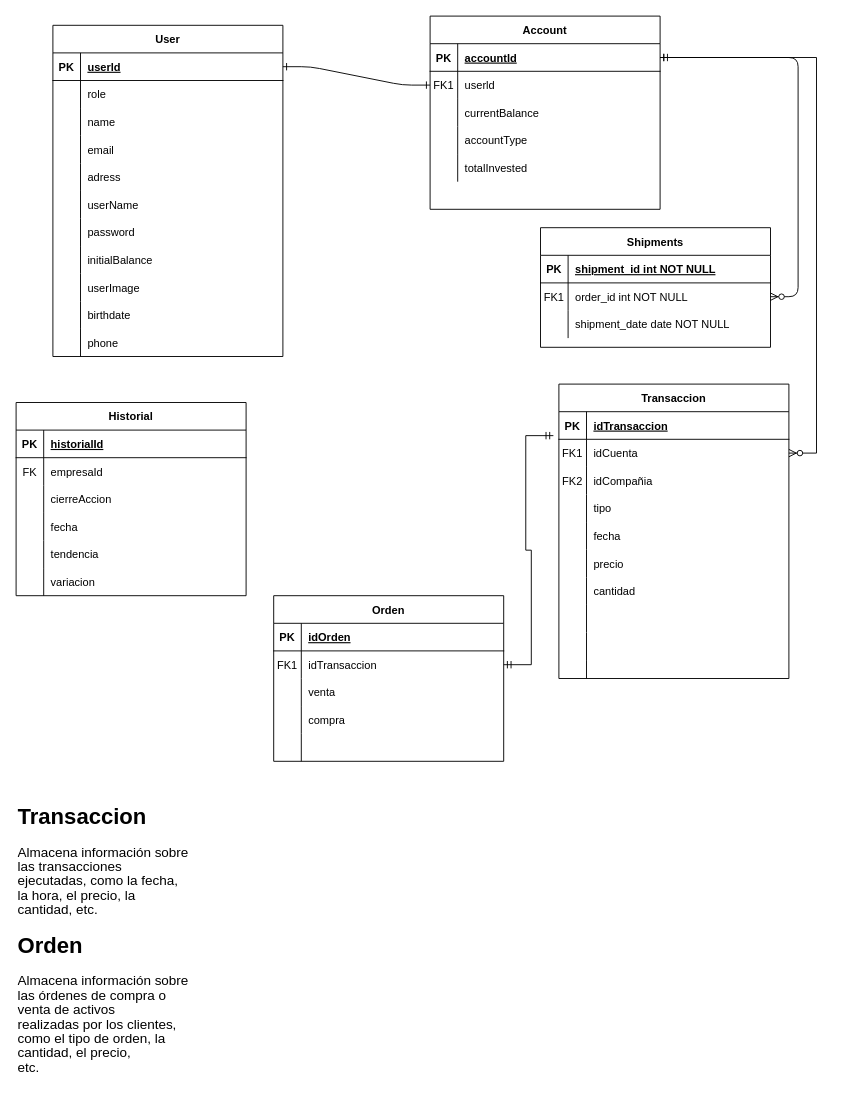
The draw.io diagram Documentación/Diagrama-Entidad-Relacion.drawio in INNOVAcodersISPC/ARGBroker, before the edit. Source tidied: cells renumbered, new cells numbered last; positions are measured from the earlier drawing's top-left corner, leaving out a move shared by most shapes. Both pictures are drawn from the tidied source at 92%, with x=0, y=0 at pixel (16, 16).
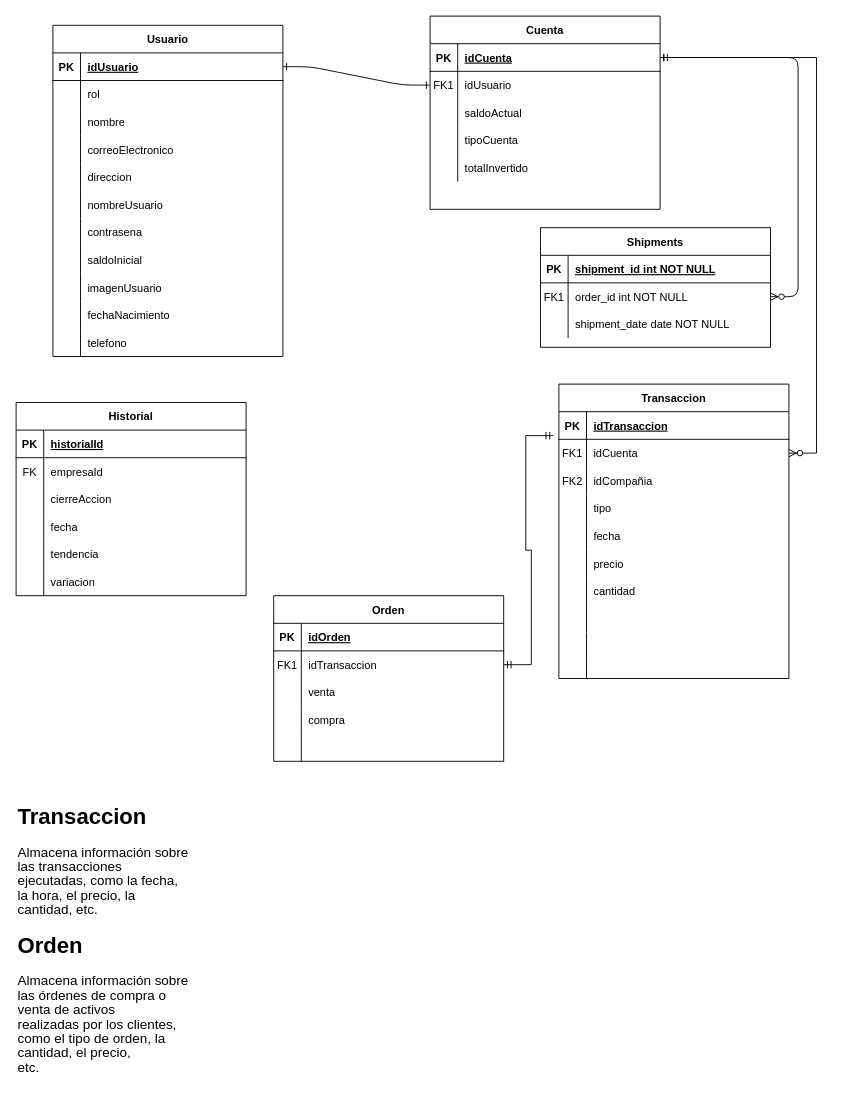
After the change.

The change refers to these unchanged cells:
```xml
<mxCell id="5" style="shape=partialRectangle;fillColor=none;points=[[0,0.5],[1,0.5]];portConstraint=eastwest;top=0;left=0;right=0;bottom=1;" parent="4" vertex="1">
  <mxGeometry y="30" width="250" height="30" as="geometry" />
</mxCell>
<mxCell id="8" style="shape=partialRectangle;fillColor=none;points=[[0,0.5],[1,0.5]];portConstraint=eastwest;top=0;left=0;right=0;bottom=0;" parent="4" vertex="1">
  <mxGeometry y="60" width="250" height="30" as="geometry" />
</mxCell>
<mxCell id="11" style="shape=partialRectangle;fillColor=none;top=0;left=0;right=0;bottom=0;" parent="4" vertex="1">
  <mxGeometry y="90" width="250" height="30" as="geometry" />
</mxCell>
<mxCell id="14" style="shape=partialRectangle;fillColor=none;top=0;left=0;right=0;bottom=0;" parent="4" vertex="1">
  <mxGeometry y="120" width="250" height="30" as="geometry" />
</mxCell>
<mxCell id="17" style="shape=partialRectangle;fillColor=none;top=0;left=0;right=0;bottom=0;" parent="4" vertex="1">
  <mxGeometry y="150" width="250" height="30" as="geometry" />
</mxCell>
<mxCell id="31" style="shape=partialRectangle;fillColor=none;points=[[0,0.5],[1,0.5]];portConstraint=eastwest;top=0;left=0;right=0;bottom=1;" parent="30" vertex="1">
  <mxGeometry y="30" width="250" height="30" as="geometry" />
</mxCell>
<mxCell id="34" style="shape=partialRectangle;fillColor=none;top=0;left=0;right=0;bottom=0;" parent="30" vertex="1">
  <mxGeometry y="60" width="250" height="30" as="geometry" />
</mxCell>
<mxCell id="37" style="shape=partialRectangle;fillColor=none;top=0;left=0;right=0;bottom=0;" parent="30" vertex="1">
  <mxGeometry y="90" width="250" height="30" as="geometry" />
</mxCell>
<mxCell id="40" style="shape=partialRectangle;fillColor=none;top=0;left=0;right=0;bottom=0;" parent="30" vertex="1">
  <mxGeometry y="120" width="250" height="30" as="geometry" />
</mxCell>
<mxCell id="43" style="shape=partialRectangle;fillColor=none;top=0;left=0;right=0;bottom=0;" parent="30" vertex="1">
  <mxGeometry y="150" width="250" height="30" as="geometry" />
</mxCell>
<mxCell id="46" style="shape=partialRectangle;fillColor=none;top=0;left=0;right=0;bottom=0;" parent="30" vertex="1">
  <mxGeometry y="180" width="250" height="30" as="geometry" />
</mxCell>
<mxCell id="49" style="shape=partialRectangle;fillColor=none;top=0;left=0;right=0;bottom=0;" parent="30" vertex="1">
  <mxGeometry y="210" width="250" height="30" as="geometry" />
</mxCell>
<mxCell id="52" style="shape=partialRectangle;fillColor=none;top=0;left=0;right=0;bottom=0;" parent="30" vertex="1">
  <mxGeometry y="240" width="250" height="30" as="geometry" />
</mxCell>
<mxCell id="55" style="shape=partialRectangle;fillColor=none;top=0;left=0;right=0;bottom=0;" parent="30" vertex="1">
  <mxGeometry y="270" width="250" height="30" as="geometry" />
</mxCell>
<mxCell id="58" style="shape=partialRectangle;fillColor=none;top=0;left=0;right=0;bottom=0;" parent="30" vertex="1">
  <mxGeometry y="300" width="250" height="30" as="geometry" />
</mxCell>
<mxCell id="61" style="shape=partialRectangle;fillColor=none;top=0;left=0;right=0;bottom=0;" parent="30" vertex="1">
  <mxGeometry y="330" width="250" height="30" as="geometry" />
</mxCell>
```

The edit, as a diff of the source:
```diff
@@
-    <mxCell id="4" value="Account" style="shape=table;startSize=30;childLayout=tableLayout;rowLines=0;fontStyle=1;align=center;" parent="1" vertex="1">
+    <mxCell id="4" value="Cuenta" style="shape=table;startSize=30;childLayout=tableLayout;rowLines=0;fontStyle=1;align=center;" parent="1" vertex="1">
       <mxGeometry x="450" width="250" height="210" as="geometry" />
     </mxCell>
@@
-    <mxCell id="7" value="accountld" style="shape=partialRectangle;overflow=hidden;fillColor=none;top=0;left=0;bottom=0;right=0;align=left;spacingLeft=6;fontStyle=5;" parent="5" vertex="1">
+    <mxCell id="7" value="idCuenta" style="shape=partialRectangle;overflow=hidden;fillColor=none;top=0;left=0;bottom=0;right=0;align=left;spacingLeft=6;fontStyle=5;" parent="5" vertex="1">
       <mxGeometry x="30" width="220" height="30" as="geometry" />
     </mxCell>
@@
-    <mxCell id="10" value="userld" style="shape=partialRectangle;overflow=hidden;fillColor=none;top=0;left=0;bottom=0;right=0;align=left;spacingLeft=6;" parent="8" vertex="1">
+    <mxCell id="10" value="idUsuario" style="shape=partialRectangle;overflow=hidden;fillColor=none;top=0;left=0;bottom=0;right=0;align=left;spacingLeft=6;" parent="8" vertex="1">
       <mxGeometry x="30" width="220" height="30" as="geometry" />
     </mxCell>
@@
-    <mxCell id="13" value="currentBalance" style="shape=partialRectangle;overflow=hidden;fillColor=none;top=0;left=0;bottom=0;right=0;align=left;spacingLeft=6;" parent="11" vertex="1">
+    <mxCell id="13" value="saldoActual" style="shape=partialRectangle;overflow=hidden;fillColor=none;top=0;left=0;bottom=0;right=0;align=left;spacingLeft=6;" parent="11" vertex="1">
       <mxGeometry x="30" width="220" height="30" as="geometry" />
     </mxCell>
@@
-    <mxCell id="16" value="accountType" style="shape=partialRectangle;overflow=hidden;fillColor=none;top=0;left=0;bottom=0;right=0;align=left;spacingLeft=6;" parent="14" vertex="1">
+    <mxCell id="16" value="tipoCuenta" style="shape=partialRectangle;overflow=hidden;fillColor=none;top=0;left=0;bottom=0;right=0;align=left;spacingLeft=6;" parent="14" vertex="1">
       <mxGeometry x="30" width="220" height="30" as="geometry" />
     </mxCell>
@@
-    <mxCell id="19" value="totalInvested" style="shape=partialRectangle;overflow=hidden;fillColor=none;top=0;left=0;bottom=0;right=0;align=left;spacingLeft=6;" parent="17" vertex="1">
+    <mxCell id="19" value="totalInvertido" style="shape=partialRectangle;overflow=hidden;fillColor=none;top=0;left=0;bottom=0;right=0;align=left;spacingLeft=6;" parent="17" vertex="1">
       <mxGeometry x="30" width="220" height="30" as="geometry" />
     </mxCell>
@@
-    <mxCell id="30" value="User" style="shape=table;startSize=30;childLayout=tableLayout;rowLines=0;fontStyle=1;align=center;" parent="1" vertex="1">
+    <mxCell id="30" value="Usuario" style="shape=table;startSize=30;childLayout=tableLayout;rowLines=0;fontStyle=1;align=center;" parent="1" vertex="1">
       <mxGeometry x="40" y="10" width="250" height="360" as="geometry" />
     </mxCell>
@@
-    <mxCell id="33" value="userld" style="shape=partialRectangle;overflow=hidden;fillColor=none;top=0;left=0;bottom=0;right=0;align=left;spacingLeft=6;fontStyle=5;" parent="31" vertex="1">
+    <mxCell id="33" value="idUsuario" style="shape=partialRectangle;overflow=hidden;fillColor=none;top=0;left=0;bottom=0;right=0;align=left;spacingLeft=6;fontStyle=5;" parent="31" vertex="1">
       <mxGeometry x="30" width="220" height="30" as="geometry" />
     </mxCell>
@@
-    <mxCell id="36" value="role" style="shape=partialRectangle;overflow=hidden;fillColor=none;top=0;left=0;bottom=0;right=0;align=left;spacingLeft=6;" parent="34" vertex="1">
+    <mxCell id="36" value="rol" style="shape=partialRectangle;overflow=hidden;fillColor=none;top=0;left=0;bottom=0;right=0;align=left;spacingLeft=6;" parent="34" vertex="1">
       <mxGeometry x="30" width="220" height="30" as="geometry" />
     </mxCell>
@@
-    <mxCell id="39" value="name" style="shape=partialRectangle;overflow=hidden;fillColor=none;top=0;left=0;bottom=0;right=0;align=left;spacingLeft=6;" parent="37" vertex="1">
+    <mxCell id="39" value="nombre" style="shape=partialRectangle;overflow=hidden;fillColor=none;top=0;left=0;bottom=0;right=0;align=left;spacingLeft=6;" parent="37" vertex="1">
       <mxGeometry x="30" width="220" height="30" as="geometry" />
     </mxCell>
@@
-    <mxCell id="42" value="email" style="shape=partialRectangle;overflow=hidden;fillColor=none;top=0;left=0;bottom=0;right=0;align=left;spacingLeft=6;" parent="40" vertex="1">
+    <mxCell id="42" value="correoElectronico" style="shape=partialRectangle;overflow=hidden;fillColor=none;top=0;left=0;bottom=0;right=0;align=left;spacingLeft=6;" parent="40" vertex="1">
       <mxGeometry x="30" width="220" height="30" as="geometry" />
     </mxCell>
@@
-    <mxCell id="45" value="adress" style="shape=partialRectangle;overflow=hidden;fillColor=none;top=0;left=0;bottom=0;right=0;align=left;spacingLeft=6;" parent="43" vertex="1">
+    <mxCell id="45" value="direccion" style="shape=partialRectangle;overflow=hidden;fillColor=none;top=0;left=0;bottom=0;right=0;align=left;spacingLeft=6;" parent="43" vertex="1">
       <mxGeometry x="30" width="220" height="30" as="geometry" />
     </mxCell>
@@
-    <mxCell id="48" value="userName" style="shape=partialRectangle;overflow=hidden;fillColor=none;top=0;left=0;bottom=0;right=0;align=left;spacingLeft=6;" parent="46" vertex="1">
+    <mxCell id="48" value="nombreUsuario" style="shape=partialRectangle;overflow=hidden;fillColor=none;top=0;left=0;bottom=0;right=0;align=left;spacingLeft=6;" parent="46" vertex="1">
       <mxGeometry x="30" width="220" height="30" as="geometry" />
     </mxCell>
@@
-    <mxCell id="51" value="password" style="shape=partialRectangle;overflow=hidden;fillColor=none;top=0;left=0;bottom=0;right=0;align=left;spacingLeft=6;" parent="49" vertex="1">
+    <mxCell id="51" value="contrasena" style="shape=partialRectangle;overflow=hidden;fillColor=none;top=0;left=0;bottom=0;right=0;align=left;spacingLeft=6;" parent="49" vertex="1">
       <mxGeometry x="30" width="220" height="30" as="geometry" />
     </mxCell>
@@
-    <mxCell id="54" value="initialBalance" style="shape=partialRectangle;overflow=hidden;fillColor=none;top=0;left=0;bottom=0;right=0;align=left;spacingLeft=6;" parent="52" vertex="1">
+    <mxCell id="54" value="saldoInicial" style="shape=partialRectangle;overflow=hidden;fillColor=none;top=0;left=0;bottom=0;right=0;align=left;spacingLeft=6;" parent="52" vertex="1">
       <mxGeometry x="30" width="220" height="30" as="geometry" />
     </mxCell>
@@
-    <mxCell id="57" value="userImage" style="shape=partialRectangle;overflow=hidden;fillColor=none;top=0;left=0;bottom=0;right=0;align=left;spacingLeft=6;" parent="55" vertex="1">
+    <mxCell id="57" value="imagenUsuario" style="shape=partialRectangle;overflow=hidden;fillColor=none;top=0;left=0;bottom=0;right=0;align=left;spacingLeft=6;" parent="55" vertex="1">
       <mxGeometry x="30" width="220" height="30" as="geometry" />
     </mxCell>
@@
-    <mxCell id="60" value="birthdate" style="shape=partialRectangle;overflow=hidden;fillColor=none;top=0;left=0;bottom=0;right=0;align=left;spacingLeft=6;" parent="58" vertex="1">
+    <mxCell id="60" value="fechaNacimiento" style="shape=partialRectangle;overflow=hidden;fillColor=none;top=0;left=0;bottom=0;right=0;align=left;spacingLeft=6;" parent="58" vertex="1">
       <mxGeometry x="30" width="220" height="30" as="geometry" />
     </mxCell>
@@
-    <mxCell id="63" value="phone" style="shape=partialRectangle;overflow=hidden;fillColor=none;top=0;left=0;bottom=0;right=0;align=left;spacingLeft=6;" parent="61" vertex="1">
+    <mxCell id="63" value="telefono" style="shape=partialRectangle;overflow=hidden;fillColor=none;top=0;left=0;bottom=0;right=0;align=left;spacingLeft=6;" parent="61" vertex="1">
       <mxGeometry x="30" width="220" height="30" as="geometry" />
     </mxCell>
```
